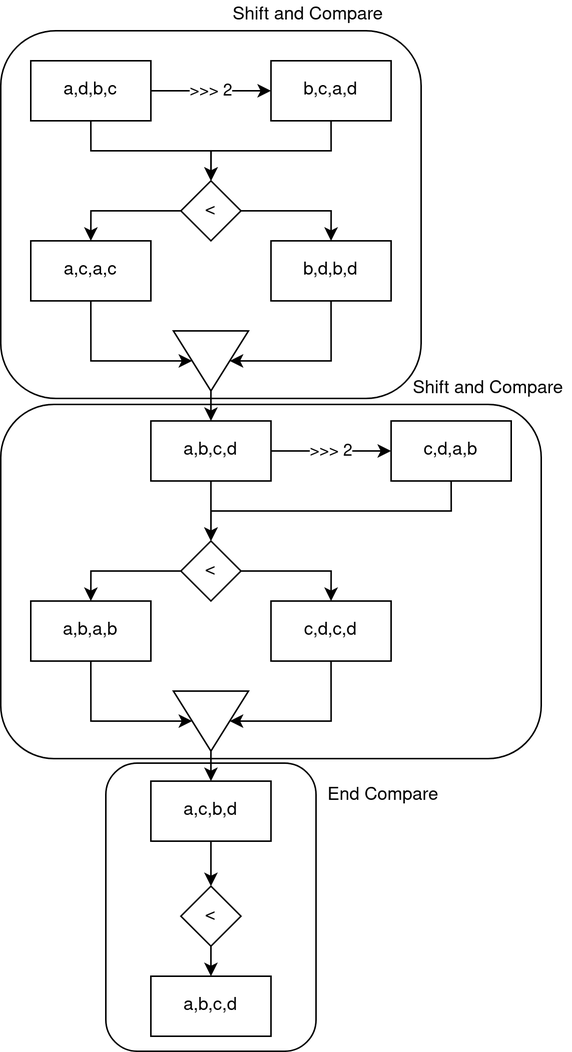
This is priority_queue/doc/simd_sort.drawio.png from Luhrel/HPC-Lab04, a draw.io export, as it was before one commit. Source tidied: cells renumbered, new cells last; positions are measured from the earlier drawing's top-left corner, leaving out a move shared by most shapes. Source of this version:
```xml
<mxGraphModel>
  <root>
    <mxCell id="0" />
    <mxCell id="1" parent="0" />
    <mxCell id="2" style="rounded=1;whiteSpace=wrap;html=1;" parent="1" vertex="1">
      <mxGeometry x="70" y="508" width="140" height="192" as="geometry" />
    </mxCell>
    <mxCell id="3" style="rounded=1;whiteSpace=wrap;html=1;" parent="1" vertex="1">
      <mxGeometry y="269" width="360" height="236" as="geometry" />
    </mxCell>
    <mxCell id="4" style="rounded=1;whiteSpace=wrap;html=1;" parent="1" vertex="1">
      <mxGeometry y="20" width="280" height="245" as="geometry" />
    </mxCell>
    <mxCell id="5" value="&amp;gt;&amp;gt;&amp;gt; 2" style="edgeStyle=orthogonalEdgeStyle;rounded=0;jettySize=auto;html=1;exitX=1;exitY=0.5;exitDx=0;exitDy=0;entryX=0;entryY=0.5;entryDx=0;entryDy=0;" parent="1" edge="1" source="7" target="9">
      <mxGeometry relative="1" as="geometry" />
    </mxCell>
    <mxCell id="6" style="edgeStyle=orthogonalEdgeStyle;rounded=0;jettySize=auto;html=1;exitX=0.5;exitY=1;exitDx=0;exitDy=0;" parent="1" edge="1" source="7" target="12">
      <mxGeometry relative="1" as="geometry" />
    </mxCell>
    <mxCell id="7" value="a,d,b,c" style="rounded=0;whiteSpace=wrap;html=1;" parent="1" vertex="1">
      <mxGeometry x="20" y="40" width="80" height="40" as="geometry" />
    </mxCell>
    <mxCell id="8" style="edgeStyle=orthogonalEdgeStyle;rounded=0;jettySize=auto;html=1;exitX=0.5;exitY=1;exitDx=0;exitDy=0;entryX=0.5;entryY=0;entryDx=0;entryDy=0;" parent="1" edge="1" source="9" target="12">
      <mxGeometry relative="1" as="geometry" />
    </mxCell>
    <mxCell id="9" value="b,c,a,d" style="rounded=0;whiteSpace=wrap;html=1;" parent="1" vertex="1">
      <mxGeometry x="180" y="40" width="80" height="40" as="geometry" />
    </mxCell>
    <mxCell id="10" style="edgeStyle=orthogonalEdgeStyle;rounded=0;jettySize=auto;html=1;exitX=0;exitY=0.5;exitDx=0;exitDy=0;entryX=0.5;entryY=0;entryDx=0;entryDy=0;" parent="1" edge="1" source="12" target="14">
      <mxGeometry relative="1" as="geometry" />
    </mxCell>
    <mxCell id="11" style="edgeStyle=orthogonalEdgeStyle;rounded=0;jettySize=auto;html=1;exitX=1;exitY=0.5;exitDx=0;exitDy=0;entryX=0.5;entryY=0;entryDx=0;entryDy=0;" parent="1" edge="1" source="12" target="16">
      <mxGeometry relative="1" as="geometry" />
    </mxCell>
    <mxCell id="12" value="&amp;lt;" style="rhombus;whiteSpace=wrap;html=1;" parent="1" vertex="1">
      <mxGeometry x="120" y="120" width="40" height="40" as="geometry" />
    </mxCell>
    <mxCell id="13" style="edgeStyle=orthogonalEdgeStyle;rounded=0;jettySize=auto;html=1;exitX=0.5;exitY=1;exitDx=0;exitDy=0;entryX=0.5;entryY=1;entryDx=0;entryDy=0;" parent="1" edge="1" source="14" target="21">
      <mxGeometry relative="1" as="geometry">
        <Array as="points">
          <mxPoint x="60" y="240" />
        </Array>
      </mxGeometry>
    </mxCell>
    <mxCell id="14" value="a,c,a,c" style="rounded=0;whiteSpace=wrap;html=1;" parent="1" vertex="1">
      <mxGeometry x="20" y="160" width="80" height="40" as="geometry" />
    </mxCell>
    <mxCell id="15" style="edgeStyle=orthogonalEdgeStyle;rounded=0;jettySize=auto;html=1;exitX=0.5;exitY=1;exitDx=0;exitDy=0;entryX=0.5;entryY=0;entryDx=0;entryDy=0;" parent="1" edge="1" source="16" target="21">
      <mxGeometry relative="1" as="geometry">
        <Array as="points">
          <mxPoint x="220" y="240" />
        </Array>
      </mxGeometry>
    </mxCell>
    <mxCell id="16" value="b,d,b,d" style="rounded=0;whiteSpace=wrap;html=1;" parent="1" vertex="1">
      <mxGeometry x="180" y="160" width="80" height="40" as="geometry" />
    </mxCell>
    <mxCell id="17" value="&amp;gt;&amp;gt;&amp;gt; 2" style="edgeStyle=orthogonalEdgeStyle;rounded=0;jettySize=auto;html=1;exitX=1;exitY=0.5;exitDx=0;exitDy=0;entryX=0;entryY=0.5;entryDx=0;entryDy=0;" parent="1" edge="1" source="19" target="23">
      <mxGeometry relative="1" as="geometry" />
    </mxCell>
    <mxCell id="18" style="edgeStyle=orthogonalEdgeStyle;rounded=0;jettySize=auto;html=1;exitX=0.5;exitY=1;exitDx=0;exitDy=0;entryX=0.5;entryY=0;entryDx=0;entryDy=0;" parent="1" edge="1" source="19" target="26">
      <mxGeometry relative="1" as="geometry" />
    </mxCell>
    <mxCell id="19" value="a,b,c,d" style="rounded=0;whiteSpace=wrap;html=1;" parent="1" vertex="1">
      <mxGeometry x="100" y="280" width="80" height="40" as="geometry" />
    </mxCell>
    <mxCell id="20" style="edgeStyle=orthogonalEdgeStyle;rounded=0;jettySize=auto;html=1;exitX=1;exitY=0.5;exitDx=0;exitDy=0;entryX=0.5;entryY=0;entryDx=0;entryDy=0;" parent="1" edge="1" source="21" target="19">
      <mxGeometry relative="1" as="geometry" />
    </mxCell>
    <mxCell id="21" style="triangle;whiteSpace=wrap;html=1;rotation=90;" parent="1" vertex="1">
      <mxGeometry x="120" y="215" width="40" height="50" as="geometry" />
    </mxCell>
    <mxCell id="22" style="edgeStyle=orthogonalEdgeStyle;rounded=0;jettySize=auto;html=1;exitX=0.5;exitY=1;exitDx=0;exitDy=0;entryX=0.5;entryY=0;entryDx=0;entryDy=0;" parent="1" edge="1" source="23" target="26">
      <mxGeometry relative="1" as="geometry" />
    </mxCell>
    <mxCell id="23" value="c,d,a,b" style="rounded=0;whiteSpace=wrap;html=1;" parent="1" vertex="1">
      <mxGeometry x="260" y="280" width="80" height="40" as="geometry" />
    </mxCell>
    <mxCell id="24" style="edgeStyle=orthogonalEdgeStyle;rounded=0;jettySize=auto;html=1;exitX=0;exitY=0.5;exitDx=0;exitDy=0;entryX=0.5;entryY=0;entryDx=0;entryDy=0;" parent="1" edge="1" source="26" target="28">
      <mxGeometry relative="1" as="geometry" />
    </mxCell>
    <mxCell id="25" style="edgeStyle=orthogonalEdgeStyle;rounded=0;jettySize=auto;html=1;exitX=1;exitY=0.5;exitDx=0;exitDy=0;entryX=0.5;entryY=0;entryDx=0;entryDy=0;" parent="1" edge="1" source="26" target="30">
      <mxGeometry relative="1" as="geometry" />
    </mxCell>
    <mxCell id="26" value="&amp;lt;" style="rhombus;whiteSpace=wrap;html=1;" parent="1" vertex="1">
      <mxGeometry x="120" y="360" width="40" height="40" as="geometry" />
    </mxCell>
    <mxCell id="27" style="edgeStyle=orthogonalEdgeStyle;rounded=0;jettySize=auto;html=1;exitX=0.5;exitY=1;exitDx=0;exitDy=0;entryX=0.5;entryY=1;entryDx=0;entryDy=0;" parent="1" edge="1" source="28" target="34">
      <mxGeometry relative="1" as="geometry">
        <Array as="points">
          <mxPoint x="60" y="480" />
        </Array>
      </mxGeometry>
    </mxCell>
    <mxCell id="28" value="a,b,a,b" style="rounded=0;whiteSpace=wrap;html=1;" parent="1" vertex="1">
      <mxGeometry x="20" y="400" width="80" height="40" as="geometry" />
    </mxCell>
    <mxCell id="29" style="edgeStyle=orthogonalEdgeStyle;rounded=0;jettySize=auto;html=1;exitX=0.5;exitY=1;exitDx=0;exitDy=0;" parent="1" edge="1" source="30" target="34">
      <mxGeometry relative="1" as="geometry">
        <Array as="points">
          <mxPoint x="220" y="480" />
        </Array>
      </mxGeometry>
    </mxCell>
    <mxCell id="30" value="c,d,c,d" style="rounded=0;whiteSpace=wrap;html=1;" parent="1" vertex="1">
      <mxGeometry x="180" y="400" width="80" height="40" as="geometry" />
    </mxCell>
    <mxCell id="31" style="edgeStyle=orthogonalEdgeStyle;rounded=0;jettySize=auto;html=1;exitX=0.5;exitY=1;exitDx=0;exitDy=0;entryX=0.5;entryY=0;entryDx=0;entryDy=0;" parent="1" edge="1" source="32" target="36">
      <mxGeometry relative="1" as="geometry" />
    </mxCell>
    <mxCell id="32" value="a,c,b,d" style="rounded=0;whiteSpace=wrap;html=1;" parent="1" vertex="1">
      <mxGeometry x="100" y="520" width="80" height="40" as="geometry" />
    </mxCell>
    <mxCell id="33" style="edgeStyle=orthogonalEdgeStyle;rounded=0;jettySize=auto;html=1;exitX=1;exitY=0.5;exitDx=0;exitDy=0;entryX=0.5;entryY=0;entryDx=0;entryDy=0;" parent="1" edge="1" source="34" target="32">
      <mxGeometry relative="1" as="geometry" />
    </mxCell>
    <mxCell id="34" style="triangle;whiteSpace=wrap;html=1;rotation=90;" parent="1" vertex="1">
      <mxGeometry x="120" y="455" width="40" height="50" as="geometry" />
    </mxCell>
    <mxCell id="35" style="edgeStyle=orthogonalEdgeStyle;rounded=0;jettySize=auto;html=1;exitX=0.5;exitY=1;exitDx=0;exitDy=0;entryX=0.5;entryY=0;entryDx=0;entryDy=0;" parent="1" edge="1" source="36" target="37">
      <mxGeometry relative="1" as="geometry" />
    </mxCell>
    <mxCell id="36" value="&amp;lt;" style="rhombus;whiteSpace=wrap;html=1;" parent="1" vertex="1">
      <mxGeometry x="120" y="590" width="40" height="40" as="geometry" />
    </mxCell>
    <mxCell id="37" value="a,b,c,d" style="rounded=0;whiteSpace=wrap;html=1;" parent="1" vertex="1">
      <mxGeometry x="100" y="650" width="80" height="40" as="geometry" />
    </mxCell>
    <mxCell id="38" value="Shift and Compare" style="text;html=1;strokeColor=none;fillColor=none;align=center;verticalAlign=middle;whiteSpace=wrap;rounded=0;" parent="1" vertex="1">
      <mxGeometry x="150" width="110" height="20" as="geometry" />
    </mxCell>
    <mxCell id="39" value="Shift and Compare" style="text;html=1;strokeColor=none;fillColor=none;align=center;verticalAlign=middle;whiteSpace=wrap;rounded=0;" parent="1" vertex="1">
      <mxGeometry x="270" y="249" width="110" height="20" as="geometry" />
    </mxCell>
    <mxCell id="40" value="End Compare" style="text;html=1;strokeColor=none;fillColor=none;align=center;verticalAlign=middle;whiteSpace=wrap;rounded=0;" parent="1" vertex="1">
      <mxGeometry x="210" y="520" width="90" height="20" as="geometry" />
    </mxCell>
  </root>
</mxGraphModel>
```
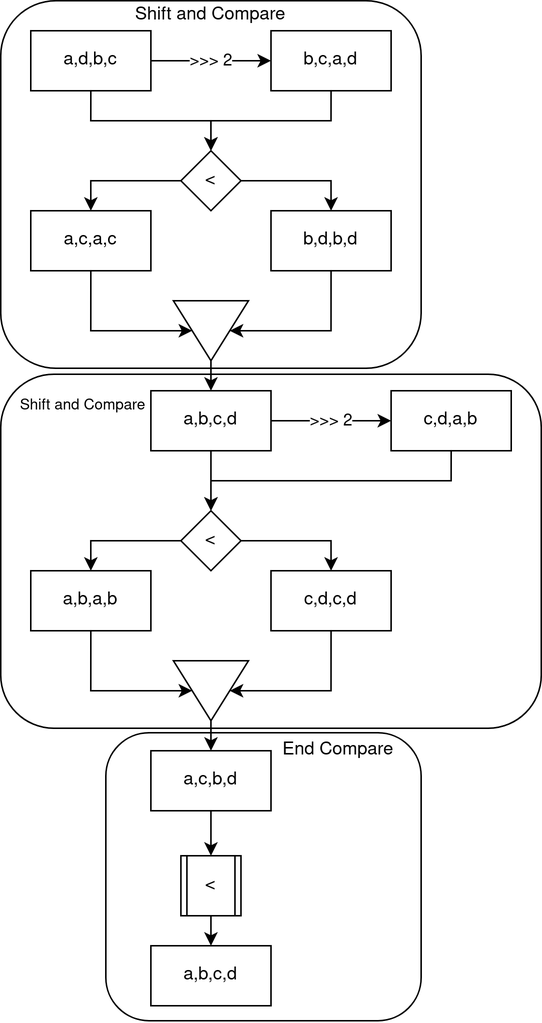
The same file after the commit.

The edit, as a diff of the source:
```diff
@@ -3,7 +3,7 @@
     <mxCell id="0" />
     <mxCell id="1" parent="0" />
     <mxCell id="2" style="rounded=1;whiteSpace=wrap;html=1;" parent="1" vertex="1">
-      <mxGeometry x="70" y="508" width="140" height="192" as="geometry" />
+      <mxGeometry x="70" y="508" width="210" height="192" as="geometry" />
     </mxCell>
     <mxCell id="3" style="rounded=1;whiteSpace=wrap;html=1;" parent="1" vertex="1">
       <mxGeometry y="269" width="360" height="236" as="geometry" />
@@ -105,8 +105,10 @@
     <mxCell id="30" value="c,d,c,d" style="rounded=0;whiteSpace=wrap;html=1;" parent="1" vertex="1">
       <mxGeometry x="180" y="400" width="80" height="40" as="geometry" />
     </mxCell>
-    <mxCell id="31" style="edgeStyle=orthogonalEdgeStyle;rounded=0;jettySize=auto;html=1;exitX=0.5;exitY=1;exitDx=0;exitDy=0;entryX=0.5;entryY=0;entryDx=0;entryDy=0;" parent="1" edge="1" source="32" target="36">
-      <mxGeometry relative="1" as="geometry" />
+    <mxCell id="31" style="edgeStyle=orthogonalEdgeStyle;rounded=0;jettySize=auto;html=1;exitX=0.5;exitY=1;exitDx=0;exitDy=0;entryX=0.5;entryY=0;entryDx=0;entryDy=0;" parent="1" edge="1" source="32">
+      <mxGeometry relative="1" as="geometry">
+        <mxPoint x="140" y="590" as="targetPoint" />
+      </mxGeometry>
     </mxCell>
     <mxCell id="32" value="a,c,b,d" style="rounded=0;whiteSpace=wrap;html=1;" parent="1" vertex="1">
       <mxGeometry x="100" y="520" width="80" height="40" as="geometry" />
@@ -117,23 +119,25 @@
     <mxCell id="34" style="triangle;whiteSpace=wrap;html=1;rotation=90;" parent="1" vertex="1">
       <mxGeometry x="120" y="455" width="40" height="50" as="geometry" />
     </mxCell>
-    <mxCell id="35" style="edgeStyle=orthogonalEdgeStyle;rounded=0;jettySize=auto;html=1;exitX=0.5;exitY=1;exitDx=0;exitDy=0;entryX=0.5;entryY=0;entryDx=0;entryDy=0;" parent="1" edge="1" source="36" target="37">
-      <mxGeometry relative="1" as="geometry" />
+    <mxCell id="35" style="edgeStyle=orthogonalEdgeStyle;rounded=0;jettySize=auto;html=1;exitX=0.5;exitY=1;exitDx=0;exitDy=0;entryX=0.5;entryY=0;entryDx=0;entryDy=0;" parent="1" edge="1" target="37">
+      <mxGeometry relative="1" as="geometry">
+        <mxPoint x="140" y="630" as="sourcePoint" />
+      </mxGeometry>
     </mxCell>
-    <mxCell id="36" value="&amp;lt;" style="rhombus;whiteSpace=wrap;html=1;" parent="1" vertex="1">
-      <mxGeometry x="120" y="590" width="40" height="40" as="geometry" />
-    </mxCell>
     <mxCell id="37" value="a,b,c,d" style="rounded=0;whiteSpace=wrap;html=1;" parent="1" vertex="1">
       <mxGeometry x="100" y="650" width="80" height="40" as="geometry" />
     </mxCell>
     <mxCell id="38" value="Shift and Compare" style="text;html=1;strokeColor=none;fillColor=none;align=center;verticalAlign=middle;whiteSpace=wrap;rounded=0;" parent="1" vertex="1">
-      <mxGeometry x="150" width="110" height="20" as="geometry" />
+      <mxGeometry x="85" y="20" width="110" height="20" as="geometry" />
     </mxCell>
-    <mxCell id="39" value="Shift and Compare" style="text;html=1;strokeColor=none;fillColor=none;align=center;verticalAlign=middle;whiteSpace=wrap;rounded=0;" parent="1" vertex="1">
-      <mxGeometry x="270" y="249" width="110" height="20" as="geometry" />
+    <mxCell id="39" value="&lt;font style=&quot;font-size: 10px;&quot;&gt;Shift and Compare&lt;/font&gt;" style="text;html=1;strokeColor=none;fillColor=none;align=center;verticalAlign=middle;whiteSpace=wrap;rounded=0;" parent="1" vertex="1">
+      <mxGeometry y="280" width="110" height="20" as="geometry" />
     </mxCell>
     <mxCell id="40" value="End Compare" style="text;html=1;strokeColor=none;fillColor=none;align=center;verticalAlign=middle;whiteSpace=wrap;rounded=0;" parent="1" vertex="1">
-      <mxGeometry x="210" y="520" width="90" height="20" as="geometry" />
+      <mxGeometry x="180" y="510" width="90" height="20" as="geometry" />
     </mxCell>
+    <mxCell id="36" value="&amp;lt;" style="shape=process;whiteSpace=wrap;html=1;backgroundOutline=1;" parent="1" vertex="1">
+      <mxGeometry x="120" y="590" width="40" height="40" as="geometry" />
+    </mxCell>
   </root>
 </mxGraphModel>
```
